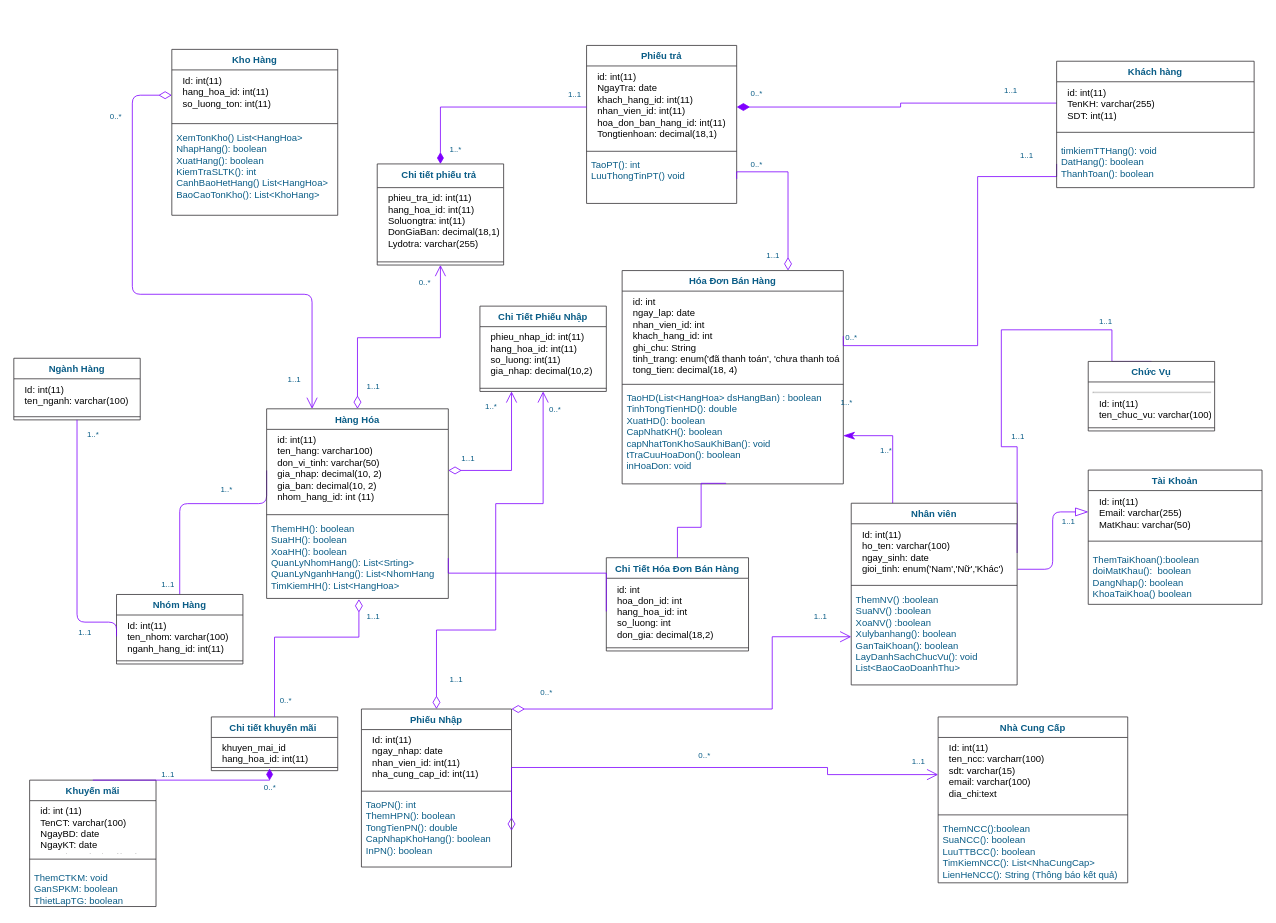
Above: classdiagram.drawio in RomJoke/K (draw.io), before the change. Source tidied: cells renumbered, new cells numbered last; positions are measured from the earlier drawing's top-left corner, leaving out a move shared by most shapes. Both pictures are drawn from the tidied source at 79%, with x=0, y=0 at pixel (13, 45).
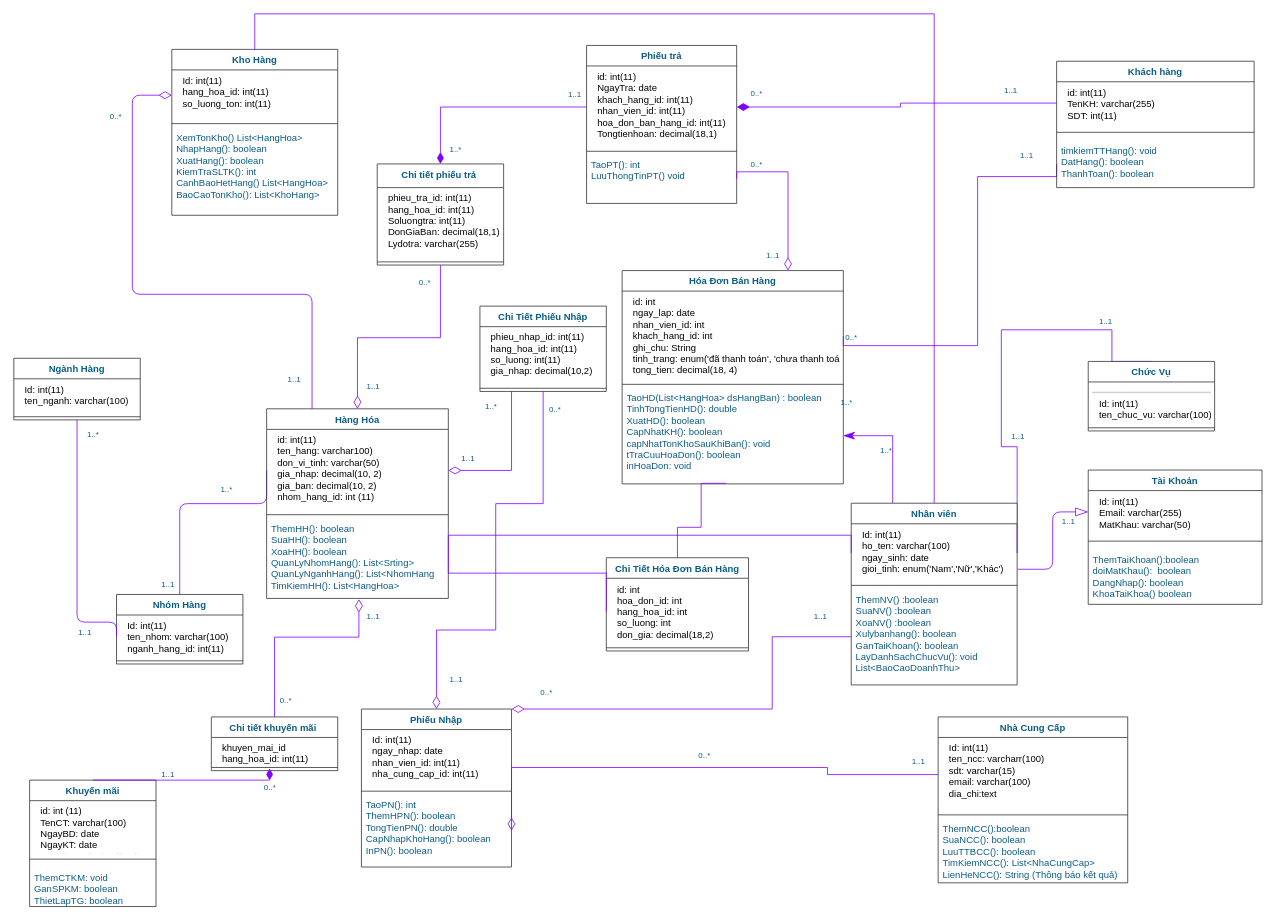
Above is the later version.

Unchanged cells that the change refers to:
```xml
<mxCell id="27" value="&lt;p style=&quot;color: rgb(0, 0, 0); text-wrap-mode: nowrap; margin: 0px 0px 0px 8px;&quot;&gt;Id: int(11)&lt;/p&gt;&lt;p style=&quot;color: rgb(0, 0, 0); text-wrap-mode: nowrap; margin: 0px 0px 0px 8px;&quot;&gt;ten_ncc: varcharr(100)&lt;/p&gt;&lt;p style=&quot;color: rgb(0, 0, 0); text-wrap-mode: nowrap; margin: 0px 0px 0px 8px;&quot;&gt;sdt: varchar(15)&lt;/p&gt;&lt;p style=&quot;color: rgb(0, 0, 0); text-wrap-mode: nowrap; margin: 0px 0px 0px 8px;&quot;&gt;email: varchar(100)&lt;/p&gt;&lt;p style=&quot;color: rgb(0, 0, 0); text-wrap-mode: nowrap; margin: 0px 0px 0px 8px;&quot;&gt;dia_chi:text&lt;/p&gt;" style="text;strokeColor=none;fillColor=none;align=left;verticalAlign=top;spacingLeft=4;spacingRight=4;overflow=hidden;points=[[0,0.5],[1,0.5]];portConstraint=eastwest;whiteSpace=wrap;html=1;fontColor=#095C86;" parent="26" vertex="1">
  <mxGeometry y="26" width="240" height="94" as="geometry" />
</mxCell>
<mxCell id="37" value="Phiếu Nhập" style="swimlane;fontStyle=1;align=center;verticalAlign=top;horizontal=1;startSize=26;whiteSpace=wrap;html=1;strokeColor=light-dark(#333135, #d176ff);fontColor=#095C86;fillColor=#FFFFFF;" parent="1" vertex="1">
  <mxGeometry x="440" y="840" width="190" height="200" as="geometry" />
</mxCell>
<mxCell id="40" value="TaoPN(): int&lt;div&gt;ThemHPN(): boolean&lt;/div&gt;&lt;div&gt;TongTienPN(): double&lt;/div&gt;&lt;div&gt;CapNhapKhoHang(): boolean&lt;/div&gt;&lt;div&gt;InPN(): boolean&lt;/div&gt;" style="text;strokeColor=none;fillColor=none;align=left;verticalAlign=top;spacingLeft=4;spacingRight=4;overflow=hidden;points=[[0,0.5],[1,0.5]];portConstraint=eastwest;whiteSpace=wrap;html=1;fontColor=#095C86;" parent="37" vertex="1">
  <mxGeometry y="108" width="190" height="92" as="geometry" />
</mxCell>
<mxCell id="41" value="Kho Hàng" style="swimlane;fontStyle=1;align=center;verticalAlign=top;horizontal=1;startSize=26;whiteSpace=wrap;html=1;strokeColor=light-dark(#333135, #d176ff);fontColor=#095C86;fillColor=#FFFFFF;" parent="1" vertex="1">
  <mxGeometry x="200" y="5" width="210" height="210" as="geometry" />
</mxCell>
<mxCell id="42" value="&lt;p style=&quot;color: rgb(0, 0, 0); text-wrap-mode: nowrap; margin: 0px 0px 0px 8px;&quot;&gt;Id: int(11)&lt;br&gt;&lt;/p&gt;&lt;p style=&quot;color: rgb(0, 0, 0); text-wrap-mode: nowrap; margin: 0px 0px 0px 8px;&quot;&gt;hang_hoa_id: int(11)&lt;/p&gt;&lt;p style=&quot;color: rgb(0, 0, 0); text-wrap-mode: nowrap; margin: 0px 0px 0px 8px;&quot;&gt;so_luong_ton: int(11)&lt;/p&gt;" style="text;strokeColor=none;fillColor=none;align=left;verticalAlign=top;spacingLeft=4;spacingRight=4;overflow=hidden;points=[[0,0.5],[1,0.5]];portConstraint=eastwest;whiteSpace=wrap;html=1;fontColor=#095C86;" parent="41" vertex="1">
  <mxGeometry y="26" width="210" height="64" as="geometry" />
</mxCell>
<mxCell id="52" value="Nhân viên" style="swimlane;fontStyle=1;align=center;verticalAlign=top;horizontal=1;startSize=26;whiteSpace=wrap;html=1;strokeColor=light-dark(#333135, #d176ff);fontColor=#095C86;fillColor=#FFFFFF;" parent="1" vertex="1">
  <mxGeometry x="1060" y="579.5" width="210" height="230" as="geometry" />
</mxCell>
<mxCell id="53" value="&lt;p style=&quot;color: rgb(0, 0, 0); text-wrap-mode: nowrap; margin: 0px 0px 0px 8px;&quot;&gt;Id: int(11)&lt;/p&gt;&lt;p style=&quot;color: rgb(0, 0, 0); text-wrap-mode: nowrap; margin: 0px 0px 0px 8px;&quot;&gt;ho_ten: varchar(100)&lt;/p&gt;&lt;p style=&quot;color: rgb(0, 0, 0); text-wrap-mode: nowrap; margin: 0px 0px 0px 8px;&quot;&gt;ngay_sinh: date&lt;/p&gt;&lt;p style=&quot;color: rgb(0, 0, 0); text-wrap-mode: nowrap; margin: 0px 0px 0px 8px;&quot;&gt;gioi_tinh: enum('Nam','Nữ','Khác')&lt;/p&gt;" style="text;strokeColor=none;fillColor=none;align=left;verticalAlign=top;spacingLeft=4;spacingRight=4;overflow=hidden;points=[[0,0.5],[1,0.5]];portConstraint=eastwest;whiteSpace=wrap;html=1;fontColor=#095C86;" parent="52" vertex="1">
  <mxGeometry y="26" width="210" height="74" as="geometry" />
</mxCell>
<mxCell id="55" value="ThemNV() :boolean&lt;div&gt;SuaNV() :&lt;span style=&quot;background-color: transparent; color: light-dark(rgb(9, 92, 134), rgb(112, 183, 219));&quot;&gt;boolean&lt;/span&gt;&lt;/div&gt;&lt;div&gt;XoaNV() :&lt;span style=&quot;background-color: transparent; color: light-dark(rgb(9, 92, 134), rgb(112, 183, 219));&quot;&gt;boolean&lt;/span&gt;&lt;/div&gt;&lt;div&gt;&lt;span style=&quot;background-color: transparent; color: light-dark(rgb(9, 92, 134), rgb(112, 183, 219));&quot;&gt;Xulybanhang(): boolean&lt;/span&gt;&lt;/div&gt;&lt;div&gt;GanTaiKhoan(): boolean&lt;/div&gt;&lt;div&gt;LayDanhSachChucVu(): void&lt;/div&gt;&lt;div&gt;List&amp;lt;BaoCaoDoanhThu&amp;gt;&lt;/div&gt;" style="text;strokeColor=none;fillColor=none;align=left;verticalAlign=top;spacingLeft=4;spacingRight=4;overflow=hidden;points=[[0,0.5],[1,0.5]];portConstraint=eastwest;whiteSpace=wrap;html=1;fontColor=#095C86;" parent="52" vertex="1">
  <mxGeometry y="108" width="210" height="122" as="geometry" />
</mxCell>
<mxCell id="56" value="Hàng Hóa" style="swimlane;fontStyle=1;align=center;verticalAlign=top;horizontal=1;startSize=26;whiteSpace=wrap;html=1;strokeColor=light-dark(#333135, #d176ff);fontColor=#095C86;fillColor=#FFFFFF;" parent="1" vertex="1">
  <mxGeometry x="320" y="460" width="230" height="240" as="geometry" />
</mxCell>
<mxCell id="57" value="&lt;p style=&quot;color: rgb(0, 0, 0); text-wrap-mode: nowrap; margin: 0px 0px 0px 8px;&quot;&gt;id: int(11)&lt;/p&gt;&lt;p style=&quot;color: rgb(0, 0, 0); text-wrap-mode: nowrap; margin: 0px 0px 0px 8px;&quot;&gt;ten_hang: varchar100)&lt;/p&gt;&lt;p style=&quot;color: rgb(0, 0, 0); text-wrap-mode: nowrap; margin: 0px 0px 0px 8px;&quot;&gt;don_vi_tinh: varchar(50)&lt;/p&gt;&lt;p style=&quot;color: rgb(0, 0, 0); text-wrap-mode: nowrap; margin: 0px 0px 0px 8px;&quot;&gt;gia_nhap: decimal(10, 2)&lt;/p&gt;&lt;p style=&quot;color: rgb(0, 0, 0); text-wrap-mode: nowrap; margin: 0px 0px 0px 8px;&quot;&gt;gia_ban: decimal(10, 2)&lt;/p&gt;&lt;p style=&quot;color: rgb(0, 0, 0); text-wrap-mode: nowrap; margin: 0px 0px 0px 8px;&quot;&gt;nhom_hang_id: int (11)&lt;/p&gt;" style="text;strokeColor=none;fillColor=none;align=left;verticalAlign=top;spacingLeft=4;spacingRight=4;overflow=hidden;points=[[0,0.5],[1,0.5]];portConstraint=eastwest;whiteSpace=wrap;html=1;fontColor=#095C86;" parent="56" vertex="1">
  <mxGeometry y="26" width="230" height="104" as="geometry" />
</mxCell>
<mxCell id="59" value="ThemHH(): boolean&lt;div&gt;SuaHH():&amp;nbsp;&lt;span style=&quot;background-color: transparent; color: light-dark(rgb(9, 92, 134), rgb(112, 183, 219));&quot;&gt;boolean&lt;/span&gt;&lt;/div&gt;&lt;div&gt;XoaHH():&amp;nbsp;&lt;span style=&quot;background-color: transparent; color: light-dark(rgb(9, 92, 134), rgb(112, 183, 219));&quot;&gt;boolean&lt;/span&gt;&lt;/div&gt;&lt;div&gt;QuanLyNhomHang(): List&amp;lt;Srting&amp;gt;&lt;/div&gt;&lt;div&gt;QuanLyNganhHang(): List&amp;lt;NhomHang&lt;br&gt;TimKiemHH(): List&amp;lt;HangHoa&amp;gt;&lt;/div&gt;" style="text;strokeColor=none;fillColor=none;align=left;verticalAlign=top;spacingLeft=4;spacingRight=4;overflow=hidden;points=[[0,0.5],[1,0.5]];portConstraint=eastwest;whiteSpace=wrap;html=1;fontColor=#095C86;" parent="56" vertex="1">
  <mxGeometry y="138" width="230" height="102" as="geometry" />
</mxCell>
<mxCell id="60" value="Chi Tiết Phiếu Nhập" style="swimlane;fontStyle=1;align=center;verticalAlign=top;horizontal=1;startSize=26;whiteSpace=wrap;html=1;strokeColor=light-dark(#333135, #d176ff);fontColor=#095C86;fillColor=#FFFFFF;" parent="1" vertex="1">
  <mxGeometry x="590" y="330" width="160" height="108" as="geometry" />
</mxCell>
<mxCell id="74" value="Chi tiết phiếu trả&amp;nbsp;" style="swimlane;fontStyle=1;align=center;verticalAlign=top;horizontal=1;startSize=30;whiteSpace=wrap;html=1;strokeColor=light-dark(#333135, #d176ff);fontColor=#095C86;fillColor=#FFFFFF;" parent="1" vertex="1">
  <mxGeometry x="460" y="150" width="160" height="128" as="geometry" />
</mxCell>
```

Diff of the diagram source:
```diff
@@
-    <mxCell id="3" style="endArrow=open;endSize=12;startArrow=diamondThin;startSize=14;startFill=0;edgeStyle=orthogonalEdgeStyle;labelBackgroundColor=none;strokeColor=#7F00FF;fontColor=default;exitX=0;exitY=0.5;exitDx=0;exitDy=0;entryX=0.25;entryY=0;entryDx=0;entryDy=0;" parent="1" edge="1" source="42" target="56">
+    <mxCell id="3" style="endArrow=none;endSize=12;startArrow=diamondThin;startSize=14;startFill=0;edgeStyle=orthogonalEdgeStyle;labelBackgroundColor=none;strokeColor=#7F00FF;fontColor=default;exitX=0;exitY=0.5;exitDx=0;exitDy=0;entryX=0.25;entryY=0;entryDx=0;entryDy=0;" parent="1" edge="1" source="42" target="56">
       <mxGeometry y="160" as="geometry">
         <Array as="points">
           <mxPoint x="150" y="63" />
           <mxPoint x="150" y="315" />
           <mxPoint x="378" y="315" />
         </Array>
       </mxGeometry>
     </mxCell>
@@
-    <mxCell id="9" style="endArrow=open;endSize=12;startArrow=diamondThin;startSize=14;startFill=0;edgeStyle=orthogonalEdgeStyle;exitX=0.5;exitY=0;rounded=0;labelBackgroundColor=none;strokeColor=#7F00FF;fontColor=default;endFill=0;exitDx=0;exitDy=0;entryX=0.5;entryY=1;entryDx=0;entryDy=0;" parent="1" edge="1" source="37" target="60">
+    <mxCell id="9" style="endArrow=none;endSize=12;startArrow=diamondThin;startSize=14;startFill=0;edgeStyle=orthogonalEdgeStyle;exitX=0.5;exitY=0;rounded=0;labelBackgroundColor=none;strokeColor=#7F00FF;fontColor=default;endFill=0;exitDx=0;exitDy=0;entryX=0.5;entryY=1;entryDx=0;entryDy=0;" parent="1" edge="1" source="37" target="60">
       <mxGeometry x="1209.4" y="170" as="geometry">
         <Array as="points">
           <mxPoint x="535" y="740" />
           <mxPoint x="610" y="740" />
           <mxPoint x="610" y="580" />
           <mxPoint x="670" y="580" />
         </Array>
       </mxGeometry>
     </mxCell>
@@
-    <mxCell id="81" style="endArrow=open;endSize=12;startArrow=diamondThin;startSize=14;startFill=0;edgeStyle=orthogonalEdgeStyle;rounded=0;labelBackgroundColor=none;strokeColor=#7F00FF;fontColor=default;exitX=1;exitY=0.5;exitDx=0;exitDy=0;entryX=0.25;entryY=1;entryDx=0;entryDy=0;" parent="1" edge="1" source="57" target="60">
+    <mxCell id="81" style="endArrow=none;endSize=12;startArrow=diamondThin;startSize=14;startFill=0;edgeStyle=orthogonalEdgeStyle;rounded=0;labelBackgroundColor=none;strokeColor=#7F00FF;fontColor=default;exitX=1;exitY=0.5;exitDx=0;exitDy=0;entryX=0.25;entryY=1;entryDx=0;entryDy=0;" parent="1" edge="1" source="57" target="60">
       <mxGeometry x="519.4" y="180" as="geometry">
         <Array as="points">
           <mxPoint x="630" y="538" />
         </Array>
       </mxGeometry>
     </mxCell>
-    <mxCell id="82" style="endArrow=open;endSize=12;startArrow=diamondThin;startSize=14;startFill=0;edgeStyle=orthogonalEdgeStyle;rounded=0;labelBackgroundColor=none;strokeColor=#7F00FF;fontColor=default;exitX=0.5;exitY=0;exitDx=0;exitDy=0;entryX=0.5;entryY=1;entryDx=0;entryDy=0;" parent="1" edge="1" source="56" target="74">
+    <mxCell id="82" style="endArrow=none;endSize=12;startArrow=diamondThin;startSize=14;startFill=0;edgeStyle=orthogonalEdgeStyle;rounded=0;labelBackgroundColor=none;strokeColor=#7F00FF;fontColor=default;exitX=0.5;exitY=0;exitDx=0;exitDy=0;entryX=0.5;entryY=1;entryDx=0;entryDy=0;" parent="1" edge="1" source="56" target="74">
       <mxGeometry x="519.4" y="180" as="geometry">
         <Array as="points">
           <mxPoint x="435" y="370" />
           <mxPoint x="540" y="370" />
         </Array>
       </mxGeometry>
     </mxCell>
@@
-    <mxCell id="84" style="endArrow=open;endSize=12;startArrow=diamondThin;startSize=14;startFill=0;edgeStyle=orthogonalEdgeStyle;rounded=0;labelBackgroundColor=none;strokeColor=#7F00FF;fontColor=default;exitX=1;exitY=0;exitDx=0;exitDy=0;entryX=0;entryY=0.5;entryDx=0;entryDy=0;" parent="1" edge="1" source="37" target="55">
+    <mxCell id="84" style="endArrow=none;endSize=12;startArrow=diamondThin;startSize=14;startFill=0;edgeStyle=orthogonalEdgeStyle;rounded=0;labelBackgroundColor=none;strokeColor=#7F00FF;fontColor=default;exitX=1;exitY=0;exitDx=0;exitDy=0;entryX=0;entryY=0.5;entryDx=0;entryDy=0;" parent="1" edge="1" source="37" target="55">
       <mxGeometry x="519.4" y="180" as="geometry">
         <Array as="points">
           <mxPoint x="960" y="840" />
           <mxPoint x="960" y="748" />
         </Array>
       </mxGeometry>
     </mxCell>
@@
-    <mxCell id="114" style="endArrow=open;endSize=12;startArrow=diamondThin;startSize=14;startFill=0;edgeStyle=orthogonalEdgeStyle;rounded=0;labelBackgroundColor=none;strokeColor=#7F00FF;fontColor=default;exitX=1;exitY=0.5;exitDx=0;exitDy=0;entryX=0;entryY=0.5;entryDx=0;entryDy=0;" parent="1" edge="1" source="40" target="27">
+    <mxCell id="114" style="endArrow=none;endSize=12;startArrow=diamondThin;startSize=14;startFill=0;edgeStyle=orthogonalEdgeStyle;rounded=0;labelBackgroundColor=none;strokeColor=#7F00FF;fontColor=default;exitX=1;exitY=0.5;exitDx=0;exitDy=0;entryX=0;entryY=0.5;entryDx=0;entryDy=0;" parent="1" edge="1" source="40" target="27">
       <mxGeometry x="519.4" y="180" as="geometry">
         <Array as="points">
           <mxPoint x="1030" y="914" />
           <mxPoint x="1030" y="923" />
         </Array>
       </mxGeometry>
     </mxCell>
@@
+    <mxCell id="120" style="edgeStyle=orthogonalEdgeStyle;rounded=0;jettySize=auto;html=1;exitX=0.5;exitY=0;exitDx=0;exitDy=0;strokeColor=#7F00FF;fontColor=#095C86;fillColor=#F694C1;endArrow=none;startFill=0;entryX=0.5;entryY=0;entryDx=0;entryDy=0;endFill=1;endSize=12;startSize=14;startArrow=none;" parent="1" edge="1" source="52" target="41">
+      <mxGeometry relative="1" as="geometry">
+        <Array as="points">
+          <mxPoint x="1165" y="-40" />
+          <mxPoint x="305" y="-40" />
+        </Array>
+      </mxGeometry>
+    </mxCell>
+    <mxCell id="121" style="edgeStyle=orthogonalEdgeStyle;rounded=0;jettySize=auto;html=1;exitX=1;exitY=0.5;exitDx=0;exitDy=0;strokeColor=#7F00FF;fontColor=#095C86;fillColor=#F694C1;endArrow=none;startFill=0;entryX=0;entryY=0.5;entryDx=0;entryDy=0;endFill=1;endSize=12;startSize=14;startArrow=none;" parent="1" edge="1" source="59" target="53">
+      <mxGeometry relative="1" as="geometry">
+        <Array as="points">
+          <mxPoint x="550" y="620" />
+          <mxPoint x="1060" y="620" />
+        </Array>
+      </mxGeometry>
+    </mxCell>
```
